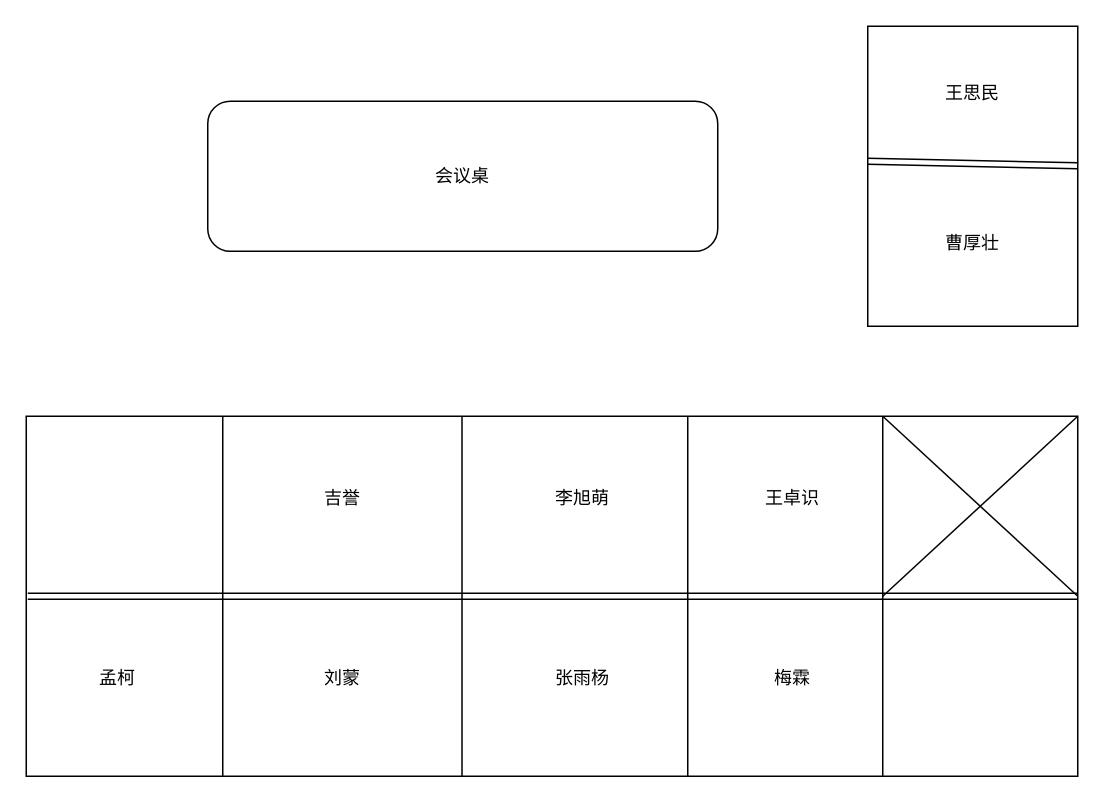
The draw.io diagram 作为位置图.drawio in ammengke/my-drawio, before the edit. Source tidied: cells renumbered, new cells numbered last; positions are measured from the earlier drawing's top-left corner, leaving out a move shared by most shapes. Both pictures are drawn from the tidied source at 150%, with x=0, y=0 at pixel (26, 26).
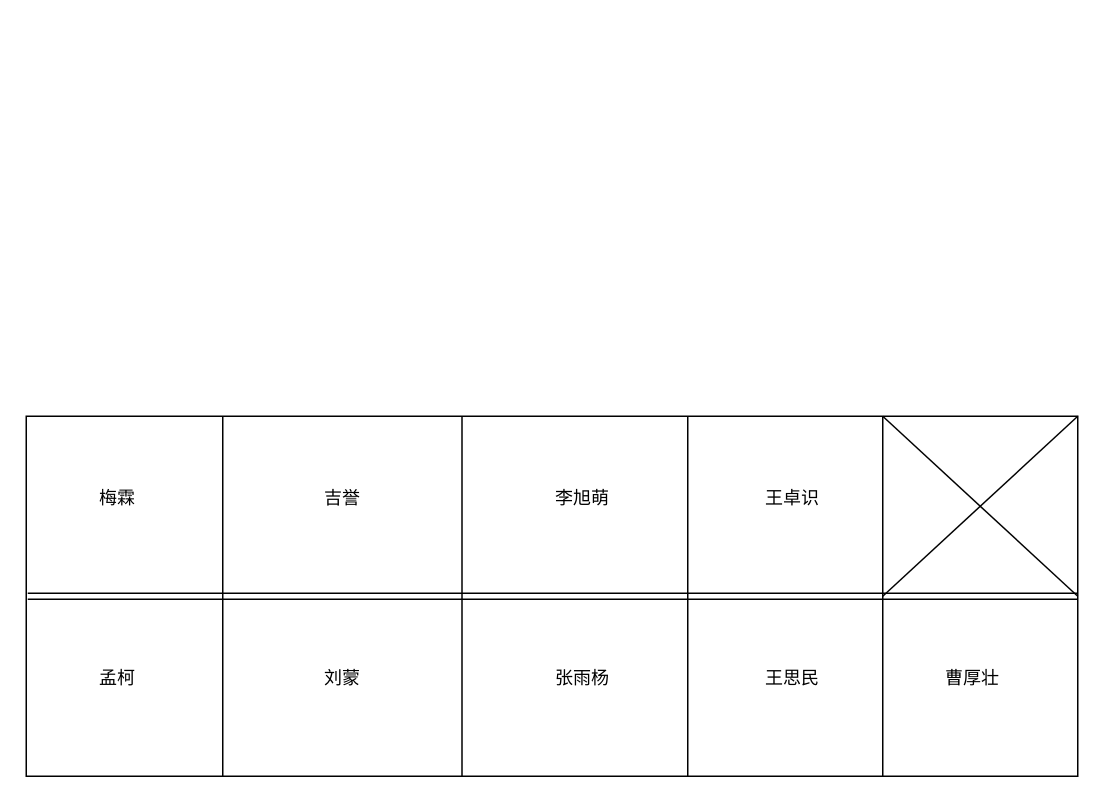
The same page after the edit.

Commit message (it also covers changes not shown here):
更新作为位置图.drawio

Diff of the diagram source:
```diff
@@
-    <mxCell id="3" style="rounded=0;whiteSpace=wrap;html=1;" parent="1" vertex="1">
-      <mxGeometry x="561" width="140" height="200" as="geometry" />
-    </mxCell>
-    <mxCell id="4" value="会议桌" style="rounded=1;whiteSpace=wrap;html=1;" parent="1" vertex="1">
-      <mxGeometry x="121" y="50" width="340" height="100" as="geometry" />
-    </mxCell>
-    <mxCell id="5" style="shape=link;html=1;rounded=0;entryX=1;entryY=0.465;entryDx=0;entryDy=0;entryPerimeter=0;" parent="1" edge="1" target="3">
-      <mxGeometry relative="1" as="geometry">
-        <mxPoint x="561" y="90" as="sourcePoint" />
-      </mxGeometry>
-    </mxCell>
     <mxCell id="6" value="王思民" style="text;html=1;strokeColor=none;fillColor=none;align=center;verticalAlign=middle;whiteSpace=wrap;rounded=0;" parent="1" vertex="1">
-      <mxGeometry x="601" y="30" width="60" height="30" as="geometry" />
+      <mxGeometry x="481" y="420" width="60" height="30" as="geometry" />
     </mxCell>
     <mxCell id="7" value="曹厚壮" style="text;html=1;strokeColor=none;fillColor=none;align=center;verticalAlign=middle;whiteSpace=wrap;rounded=0;" parent="1" vertex="1">
-      <mxGeometry x="601" y="130" width="60" height="30" as="geometry" />
+      <mxGeometry x="601" y="420" width="60" height="30" as="geometry" />
     </mxCell>
@@
     <mxCell id="16" value="梅霖" style="text;html=1;strokeColor=none;fillColor=none;align=center;verticalAlign=middle;whiteSpace=wrap;rounded=0;" parent="1" vertex="1">
-      <mxGeometry x="481" y="420" width="60" height="30" as="geometry" />
+      <mxGeometry x="31" y="300" width="60" height="30" as="geometry" />
     </mxCell>
```
